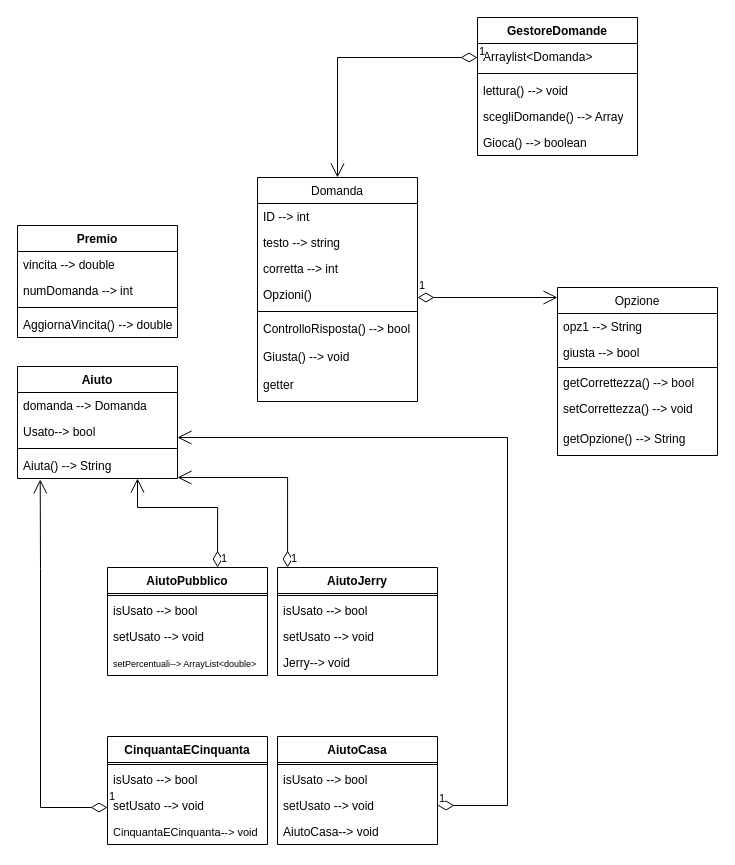
Before: Diagramma delle classi.drawio in FilloCaprari/Progetto-Info, a draw.io diagram. Source tidied: cells renumbered, new cells numbered last; positions are measured from the earlier drawing's top-left corner, leaving out a move shared by most shapes. Both pictures are drawn from the tidied source at 100%, with x=0, y=0 at pixel (17, 17).
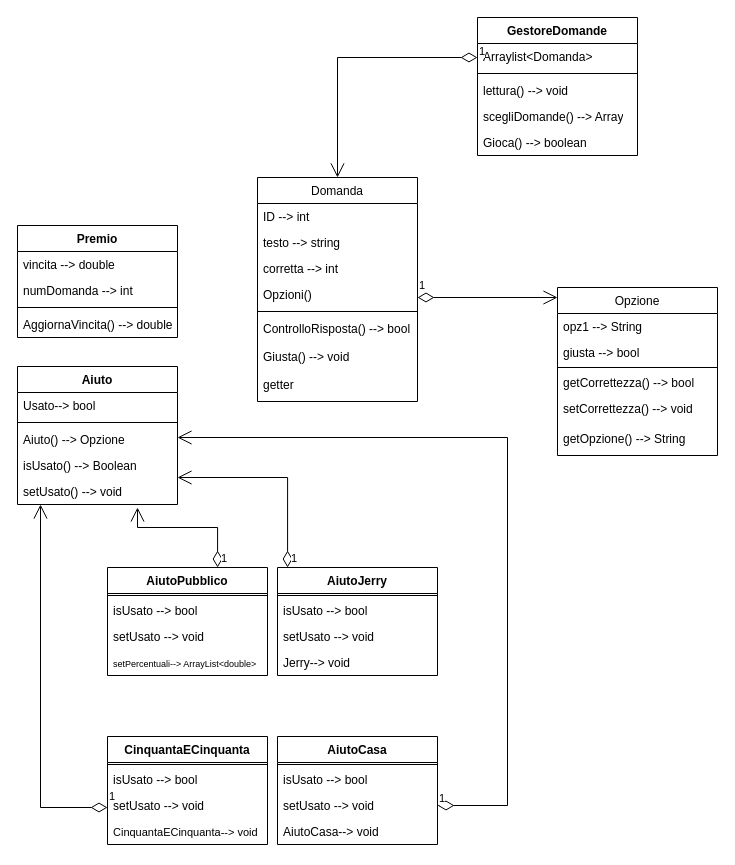
The same page after the edit.

Commit message:
UPD Diagramma Classi

The change refers to these unchanged cells:
```xml
<mxCell id="51" value="AiutoPubblico" style="swimlane;fontStyle=1;align=center;verticalAlign=top;horizontal=1;startSize=26;whiteSpace=wrap;html=1;" parent="1" vertex="1">
  <mxGeometry x="90" y="550" width="160" height="108" as="geometry" />
</mxCell>
```

What changed in the source:
```diff
@@
     <mxCell id="24" value="Aiuto" style="swimlane;fontStyle=1;align=center;verticalAlign=top;horizontal=1;startSize=26;whiteSpace=wrap;html=1;" parent="1" vertex="1">
-      <mxGeometry y="349" width="160" height="112" as="geometry" />
+      <mxGeometry y="349" width="160" height="138" as="geometry" />
     </mxCell>
-    <mxCell id="25" value="domanda --&amp;gt; Domanda" style="text;strokeColor=none;fillColor=none;align=left;verticalAlign=top;spacingLeft=4;spacingRight=4;overflow=hidden;whiteSpace=wrap;html=1;" parent="24" vertex="1">
-      <mxGeometry y="26" width="160" height="26" as="geometry" />
-    </mxCell>
     <mxCell id="26" value="Usato--&amp;gt; bool" style="text;strokeColor=none;fillColor=none;align=left;verticalAlign=top;spacingLeft=4;spacingRight=4;overflow=hidden;whiteSpace=wrap;html=1;" parent="24" vertex="1">
-      <mxGeometry y="52" width="160" height="26" as="geometry" />
+      <mxGeometry y="26" width="160" height="26" as="geometry" />
     </mxCell>
     <mxCell id="27" style="line;strokeWidth=1;fillColor=none;align=left;verticalAlign=middle;spacingTop=-1;spacingLeft=3;spacingRight=3;labelPosition=right;strokeColor=inherit;" parent="24" vertex="1">
-      <mxGeometry y="78" width="160" height="8" as="geometry" />
+      <mxGeometry y="52" width="160" height="8" as="geometry" />
     </mxCell>
-    <mxCell id="28" value="Aiuta() --&amp;gt; String" style="text;strokeColor=none;fillColor=none;align=left;verticalAlign=top;spacingLeft=4;spacingRight=4;overflow=hidden;points=[[0,0.5],[1,0.5]];portConstraint=eastwest;whiteSpace=wrap;html=1;" parent="24" vertex="1">
-      <mxGeometry y="86" width="160" height="26" as="geometry" />
+    <mxCell id="28" value="Aiuto() --&amp;gt; Opzione" style="text;strokeColor=none;fillColor=none;align=left;verticalAlign=top;spacingLeft=4;spacingRight=4;overflow=hidden;points=[[0,0.5],[1,0.5]];portConstraint=eastwest;whiteSpace=wrap;html=1;" parent="24" vertex="1">
+      <mxGeometry y="60" width="160" height="26" as="geometry" />
     </mxCell>
+    <mxCell id="60" value="isUsato() --&amp;gt; Boolean" style="text;strokeColor=none;fillColor=none;align=left;verticalAlign=top;spacingLeft=4;spacingRight=4;overflow=hidden;whiteSpace=wrap;html=1;" parent="24" vertex="1">
+      <mxGeometry y="86" width="160" height="26" as="geometry" />
+    </mxCell>
+    <mxCell id="61" value="setUsato() --&amp;gt; void" style="text;strokeColor=none;fillColor=none;align=left;verticalAlign=top;spacingLeft=4;spacingRight=4;overflow=hidden;points=[[0,0.5],[1,0.5]];portConstraint=eastwest;whiteSpace=wrap;html=1;" parent="24" vertex="1">
+      <mxGeometry y="112" width="160" height="26" as="geometry" />
+    </mxCell>
@@
-    <mxCell id="57" value="1" style="endArrow=open;html=1;endSize=12;startArrow=diamondThin;startSize=14;startFill=0;edgeStyle=orthogonalEdgeStyle;align=left;verticalAlign=bottom;rounded=0;exitX=0.688;exitY=0;exitDx=0;exitDy=0;exitPerimeter=0;" parent="1" edge="1" source="51" target="28">
+    <mxCell id="57" value="1" style="endArrow=open;html=1;endSize=12;startArrow=diamondThin;startSize=14;startFill=0;edgeStyle=orthogonalEdgeStyle;align=left;verticalAlign=bottom;rounded=0;exitX=0.688;exitY=0;exitDx=0;exitDy=0;exitPerimeter=0;" parent="1" edge="1" source="51">
       <mxGeometry x="-1" y="-2" relative="1" as="geometry">
+        <mxPoint x="120" y="490" as="targetPoint" />
         <Array as="points">
-          <mxPoint x="200" y="490" />
-          <mxPoint x="120" y="490" />
+          <mxPoint x="200" y="510" />
+          <mxPoint x="120" y="510" />
         </Array>
       </mxGeometry>
     </mxCell>
-    <mxCell id="58" value="1" style="endArrow=open;html=1;endSize=12;startArrow=diamondThin;startSize=14;startFill=0;edgeStyle=orthogonalEdgeStyle;align=left;verticalAlign=bottom;rounded=0;entryX=0.142;entryY=1.037;entryDx=0;entryDy=0;entryPerimeter=0;" parent="1" edge="1" target="28">
+    <mxCell id="58" value="1" style="endArrow=open;html=1;endSize=12;startArrow=diamondThin;startSize=14;startFill=0;edgeStyle=orthogonalEdgeStyle;align=left;verticalAlign=bottom;rounded=0;" parent="1" edge="1" target="61">
       <mxGeometry x="-1" y="-2" relative="1" as="geometry">
         <mxPoint x="90" y="790" as="sourcePoint" />
         <Array as="points">
           <mxPoint x="23" y="790" />
-          <mxPoint x="23" y="551" />
-          <mxPoint x="23" y="551" />
         </Array>
       </mxGeometry>
     </mxCell>
```
